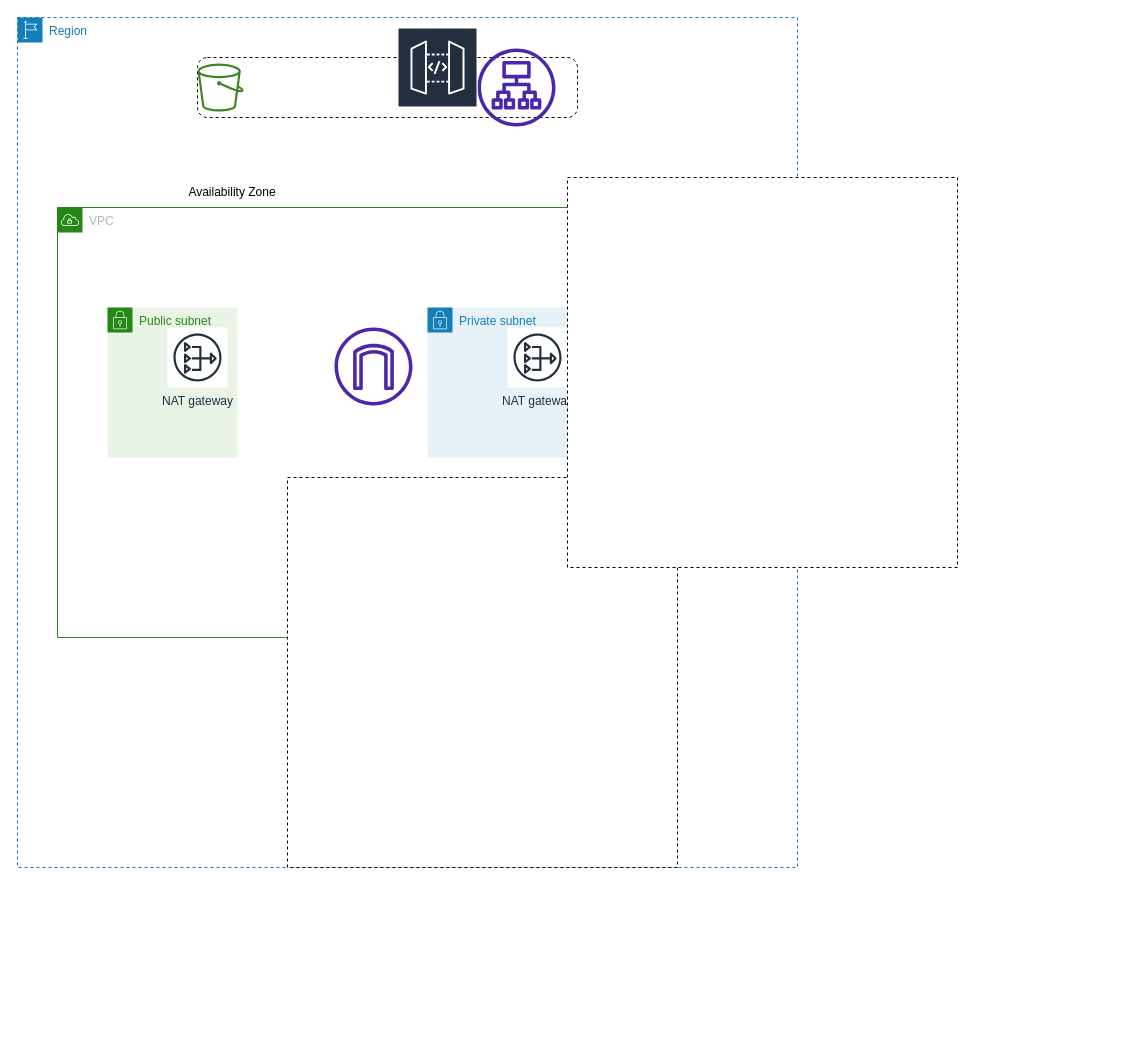
Above: Triad-Six.drawio in Schull-io/Cloud_DevOps_C4 (draw.io), before the change. Source tidied: cells renumbered, new cells numbered last; positions are measured from the earlier drawing's top-left corner, leaving out a move shared by most shapes. Both pictures are drawn from the tidied source at 100%, with x=0, y=0 at pixel (17, 17).
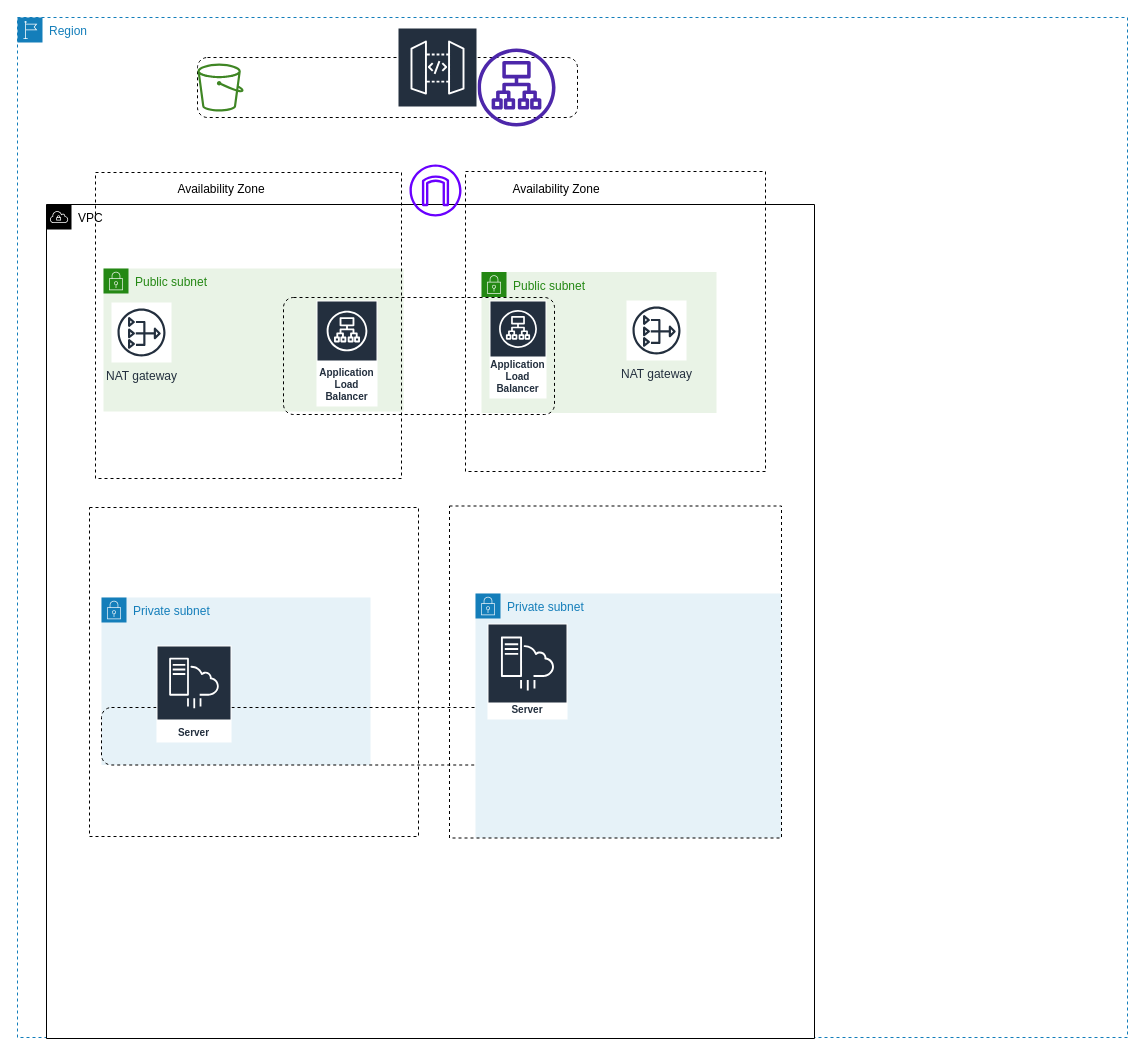
The same page after the edit.

Change to the diagram source:
```diff
@@
     <mxCell id="2" value="Region" style="gradientColor=none;html=1;whiteSpace=wrap;fontSize=12;fontStyle=0;shape=mxgraph.aws4.group;grIcon=mxgraph.aws4.group_region;strokeColor=#147EBA;fillColor=none;verticalAlign=top;align=left;spacingLeft=30;fontColor=#147EBA;dashed=1;" parent="1" vertex="1">
-      <mxGeometry width="780" height="850" as="geometry" />
+      <mxGeometry width="1110" height="1020" as="geometry" />
     </mxCell>
@@
-    <mxCell id="6" value="VPC" style="gradientColor=none;html=1;whiteSpace=wrap;fontSize=12;fontStyle=0;shape=mxgraph.aws4.group;grIcon=mxgraph.aws4.group_vpc;strokeColor=#248814;fillColor=none;verticalAlign=top;align=left;spacingLeft=30;fontColor=#AAB7B8;dashed=0;" parent="2" vertex="1">
-      <mxGeometry x="40" y="190" width="610" height="430" as="geometry" />
+    <mxCell id="6" value="VPC" style="html=1;whiteSpace=wrap;fontSize=12;fontStyle=0;shape=mxgraph.aws4.group;grIcon=mxgraph.aws4.group_vpc;verticalAlign=top;align=left;spacingLeft=30;dashed=0;" parent="2" vertex="1">
+      <mxGeometry x="29" y="187" width="768" height="834" as="geometry" />
     </mxCell>
@@
     <mxCell id="8" value="Public subnet" style="points=[[0,0],[0.25,0],[0.5,0],[0.75,0],[1,0],[1,0.25],[1,0.5],[1,0.75],[1,1],[0.75,1],[0.5,1],[0.25,1],[0,1],[0,0.75],[0,0.5],[0,0.25]];outlineConnect=0;gradientColor=none;html=1;whiteSpace=wrap;fontSize=12;fontStyle=0;shape=mxgraph.aws4.group;grIcon=mxgraph.aws4.group_security_group;grStroke=0;strokeColor=#248814;fillColor=#E9F3E6;verticalAlign=top;align=left;spacingLeft=30;fontColor=#248814;dashed=0;" parent="6" vertex="1">
-      <mxGeometry x="50" y="100" width="130" height="150" as="geometry" />
+      <mxGeometry x="57" y="64" width="300" height="143" as="geometry" />
     </mxCell>
+    <mxCell id="10" style="edgeStyle=orthogonalEdgeStyle;rounded=0;orthogonalLoop=1;jettySize=auto;html=1;exitX=0.5;exitY=1;exitDx=0;exitDy=0;" parent="6" edge="1" source="8" target="8">
+      <mxGeometry relative="1" as="geometry" />
+    </mxCell>
+    <mxCell id="17" value="Availability Zone" style="text;html=1;strokeColor=none;fillColor=none;align=center;verticalAlign=middle;whiteSpace=wrap;rounded=0;" parent="6" vertex="1">
+      <mxGeometry x="460" y="-30" width="100" height="30" as="geometry" />
+    </mxCell>
+    <mxCell id="18" value="Private subnet" style="gradientColor=none;html=1;whiteSpace=wrap;fontSize=12;fontStyle=0;shape=mxgraph.aws4.group;grIcon=mxgraph.aws4.group_security_group;grStroke=0;strokeColor=#147EBA;fillColor=#E6F2F8;verticalAlign=top;align=left;spacingLeft=30;fontColor=#147EBA;dashed=0;" parent="6" vertex="1">
+      <mxGeometry x="55" y="393" width="269" height="167.5" as="geometry" />
+    </mxCell>
-    <mxCell id="9" value="NAT gateway" style="sketch=0;fontColor=#232F3E;gradientColor=none;strokeColor=#232F3E;fillColor=#ffffff;dashed=0;verticalLabelPosition=bottom;verticalAlign=top;align=center;html=1;fontSize=12;fontStyle=0;shape=mxgraph.aws4.resourceIcon;resIcon=mxgraph.aws4.nat_gateway;" parent="8" vertex="1">
-      <mxGeometry x="60" y="20" width="60" height="60" as="geometry" />
+    <mxCell id="9" value="NAT gateway" style="sketch=0;fontColor=#232F3E;gradientColor=none;strokeColor=#232F3E;fillColor=#ffffff;dashed=0;verticalLabelPosition=bottom;verticalAlign=top;align=center;html=1;fontSize=12;fontStyle=0;shape=mxgraph.aws4.resourceIcon;resIcon=mxgraph.aws4.nat_gateway;" parent="18" vertex="1">
+      <mxGeometry x="10" y="-295" width="60" height="60" as="geometry" />
     </mxCell>
-    <mxCell id="10" style="edgeStyle=orthogonalEdgeStyle;rounded=0;orthogonalLoop=1;jettySize=auto;html=1;exitX=0.5;exitY=1;exitDx=0;exitDy=0;" parent="6" edge="1" source="8" target="8">
-      <mxGeometry relative="1" as="geometry" />
-    </mxCell>
-    <mxCell id="11" value="Private subnet" style="gradientColor=none;html=1;whiteSpace=wrap;fontSize=12;fontStyle=0;shape=mxgraph.aws4.group;grIcon=mxgraph.aws4.group_security_group;grStroke=0;strokeColor=#147EBA;fillColor=#E6F2F8;verticalAlign=top;align=left;spacingLeft=30;fontColor=#147EBA;dashed=0;" parent="6" vertex="1">
-      <mxGeometry x="370" y="100" width="150" height="150" as="geometry" />
-    </mxCell>
+    <mxCell id="19" style="whiteSpace=wrap;html=1;dashed=1;fillColor=none;strokeColor=#000000;" parent="18" vertex="1">
+      <mxGeometry x="-12" y="-90" width="329" height="329" as="geometry" />
+    </mxCell>
+    <mxCell id="20" style="html=1;align=center;verticalAlign=top;rounded=1;absoluteArcSize=1;arcSize=20;dashed=1;whiteSpace=wrap;fillColor=none;" parent="18" vertex="1">
+      <mxGeometry y="110" width="668" height="57.5" as="geometry" />
+    </mxCell>
+    <mxCell id="21" value="Server" style="sketch=0;fontColor=#232F3E;gradientColor=none;strokeColor=#ffffff;fillColor=#232F3E;dashed=0;verticalLabelPosition=middle;verticalAlign=bottom;align=center;html=1;whiteSpace=wrap;fontSize=10;fontStyle=1;spacing=3;shape=mxgraph.aws4.productIcon;prIcon=mxgraph.aws4.server_migration_service;" parent="18" vertex="1">
+      <mxGeometry x="55" y="48" width="75" height="97" as="geometry" />
+    </mxCell>
+    <mxCell id="22" value="Private subnet" style="gradientColor=none;html=1;whiteSpace=wrap;fontSize=12;fontStyle=0;shape=mxgraph.aws4.group;grIcon=mxgraph.aws4.group_security_group;grStroke=0;strokeColor=#147EBA;fillColor=#E6F2F8;verticalAlign=top;align=left;spacingLeft=30;fontColor=#147EBA;dashed=0;" parent="6" vertex="1">
+      <mxGeometry x="429" y="389" width="306" height="244.5" as="geometry" />
+    </mxCell>
+    <mxCell id="23" value="Server" style="sketch=0;fontColor=#232F3E;gradientColor=none;strokeColor=#ffffff;fillColor=#232F3E;dashed=0;verticalLabelPosition=middle;verticalAlign=bottom;align=center;html=1;whiteSpace=wrap;fontSize=10;fontStyle=1;spacing=3;shape=mxgraph.aws4.productIcon;prIcon=mxgraph.aws4.server_migration_service;" parent="22" vertex="1">
+      <mxGeometry x="12" y="30" width="80" height="96" as="geometry" />
+    </mxCell>
+    <mxCell id="24" style="whiteSpace=wrap;html=1;dashed=1;fillColor=none;" parent="22" vertex="1">
+      <mxGeometry x="-26" y="-87.5" width="332" height="332" as="geometry" />
+    </mxCell>
+    <mxCell id="25" value="Public subnet" style="gradientColor=none;html=1;whiteSpace=wrap;fontSize=12;fontStyle=0;shape=mxgraph.aws4.group;grIcon=mxgraph.aws4.group_security_group;grStroke=0;strokeColor=#248814;fillColor=#E9F3E6;verticalAlign=top;align=left;spacingLeft=30;fontColor=#248814;dashed=0;" parent="6" vertex="1">
+      <mxGeometry x="435" y="67.5" width="235" height="141" as="geometry" />
+    </mxCell>
-    <mxCell id="12" value="NAT gateway" style="sketch=0;fontColor=#232F3E;gradientColor=none;strokeColor=#232F3E;fillColor=#ffffff;dashed=0;verticalLabelPosition=bottom;verticalAlign=top;align=center;html=1;fontSize=12;fontStyle=0;shape=mxgraph.aws4.resourceIcon;resIcon=mxgraph.aws4.nat_gateway;" parent="11" vertex="1">
-      <mxGeometry x="80" y="20" width="60" height="60" as="geometry" />
+    <mxCell id="12" value="NAT gateway" style="sketch=0;fontColor=#232F3E;gradientColor=none;strokeColor=#232F3E;fillColor=#ffffff;dashed=0;verticalLabelPosition=bottom;verticalAlign=top;align=center;html=1;fontSize=12;fontStyle=0;shape=mxgraph.aws4.resourceIcon;resIcon=mxgraph.aws4.nat_gateway;" parent="6" vertex="1">
+      <mxGeometry x="580" y="96" width="60" height="60" as="geometry" />
     </mxCell>
-    <mxCell id="13" style="sketch=0;fontColor=#232F3E;gradientColor=none;fillColor=#4D27AA;strokeColor=none;dashed=0;verticalLabelPosition=bottom;verticalAlign=top;align=center;html=1;fontSize=12;fontStyle=0;shape=mxgraph.aws4.internet_gateway;" parent="6" vertex="1">
-      <mxGeometry x="277" y="120" width="78" height="78" as="geometry" />
-    </mxCell>
+    <mxCell id="26" value="Application Load Balancer" style="sketch=0;fontColor=#232F3E;gradientColor=none;strokeColor=#ffffff;fillColor=#232F3E;dashed=0;verticalLabelPosition=middle;verticalAlign=bottom;align=center;html=1;whiteSpace=wrap;fontSize=10;fontStyle=1;spacing=3;shape=mxgraph.aws4.productIcon;prIcon=mxgraph.aws4.application_load_balancer;" parent="6" vertex="1">
+      <mxGeometry x="270" y="96" width="61" height="106" as="geometry" />
+    </mxCell>
+    <mxCell id="27" value="Application Load Balancer" style="sketch=0;fontColor=#232F3E;gradientColor=none;strokeColor=#ffffff;fillColor=#232F3E;dashed=0;verticalLabelPosition=middle;verticalAlign=bottom;align=center;html=1;whiteSpace=wrap;fontSize=10;fontStyle=1;spacing=3;shape=mxgraph.aws4.productIcon;prIcon=mxgraph.aws4.application_load_balancer;" parent="6" vertex="1">
+      <mxGeometry x="443" y="96" width="57" height="98" as="geometry" />
+    </mxCell>
+    <mxCell id="28" style="html=1;align=center;verticalAlign=top;rounded=1;absoluteArcSize=1;arcSize=20;dashed=1;whiteSpace=wrap;fillColor=none;" parent="6" vertex="1">
+      <mxGeometry x="237" y="93" width="271" height="117" as="geometry" />
+    </mxCell>
-    <mxCell id="14" style="whiteSpace=wrap;html=1;dashed=1;" parent="2" vertex="1">
-      <mxGeometry x="270" y="460" width="390" height="390" as="geometry" />
+    <mxCell id="14" style="whiteSpace=wrap;html=1;dashed=1;fillColor=none;" parent="6" vertex="1">
+      <mxGeometry x="49" y="-32" width="306" height="306" as="geometry" />
     </mxCell>
@@
-    <mxCell id="16" style="whiteSpace=wrap;html=1;dashed=1;" parent="1" vertex="1">
-      <mxGeometry x="550" y="160" width="390" height="390" as="geometry" />
+    <mxCell id="16" style="whiteSpace=wrap;html=1;dashed=1;fillColor=none;" parent="2" vertex="1">
+      <mxGeometry x="448" y="154" width="300" height="300" as="geometry" />
     </mxCell>
+    <mxCell id="13" style="sketch=0;fontColor=#ffffff;fillColor=#6a00ff;strokeColor=#3700CC;dashed=0;verticalLabelPosition=bottom;verticalAlign=top;align=center;html=1;fontSize=12;fontStyle=0;shape=mxgraph.aws4.internet_gateway;" parent="2" vertex="1">
+      <mxGeometry x="392" y="147" width="52" height="52" as="geometry" />
+    </mxCell>
```
